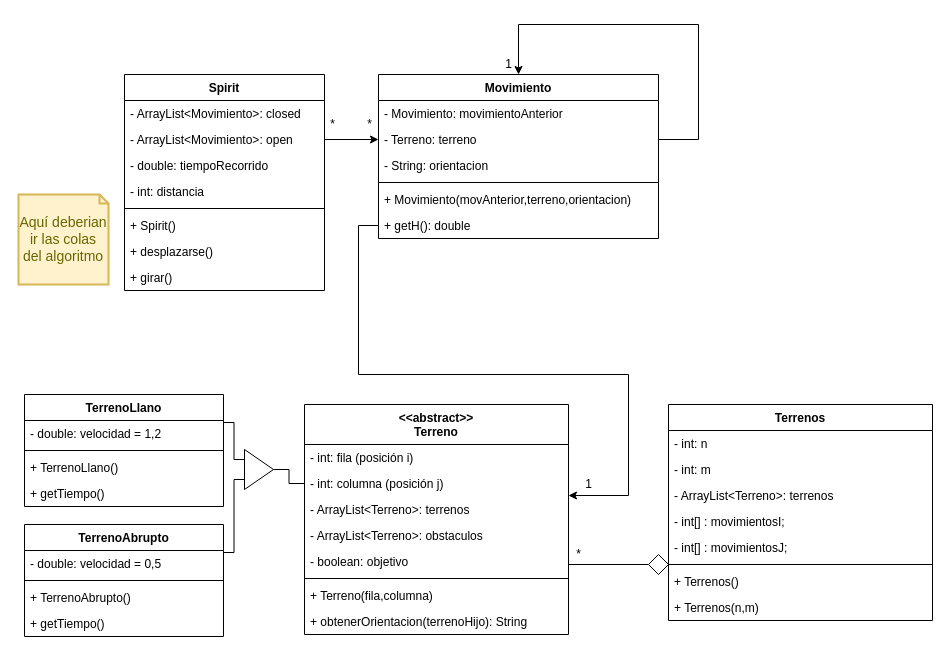
The draw.io diagram Modelamiento/modelo.drawio in fibbs-bs/Spirit-BestFirstSearch, before the edit. Source tidied: cells renumbered, new cells numbered last; positions are measured from the earlier drawing's top-left corner, leaving out a move shared by most shapes. Both pictures are drawn from the tidied source at 100%, with x=0, y=0 at pixel (18, 24).
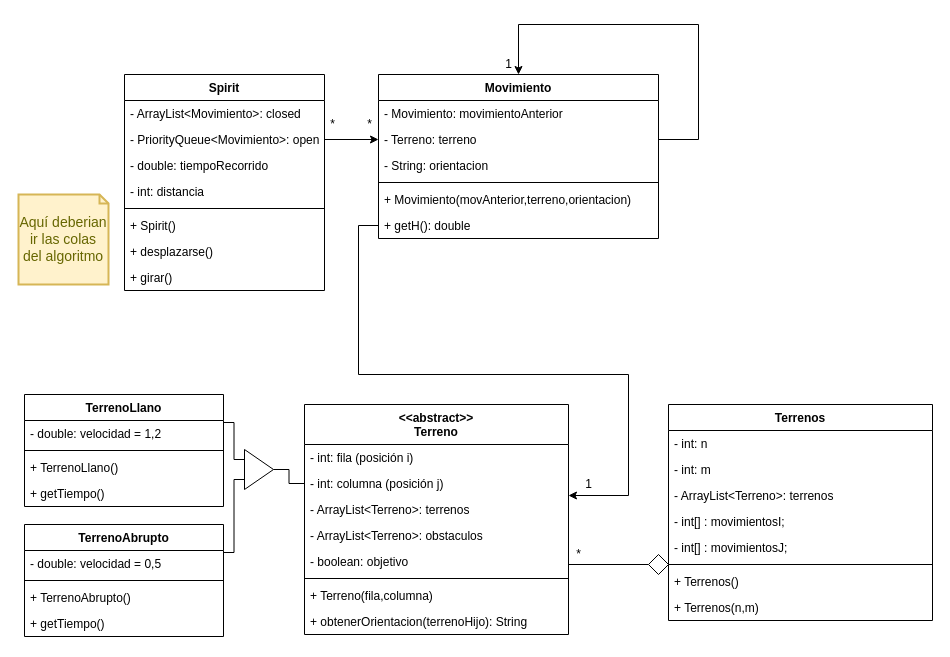
Above is the later version.

Unchanged cells that the change refers to:
```xml
<mxCell id="11" value="Spirit" style="swimlane;fontStyle=1;align=center;verticalAlign=top;horizontal=1;startSize=26;" parent="1" vertex="1">
  <mxGeometry x="106" y="50" width="200" height="216" as="geometry" />
</mxCell>
```

Change to the diagram source:
```diff
@@
-    <mxCell id="13" value="- ArrayList&lt;Movimiento&gt;: open" style="text;strokeColor=none;fillColor=none;align=left;verticalAlign=top;spacingLeft=4;spacingRight=4;overflow=hidden;points=[[0,0.5],[1,0.5]];portConstraint=eastwest;" parent="11" vertex="1">
+    <mxCell id="13" value="- PriorityQueue&lt;Movimiento&gt;: open" style="text;strokeColor=none;fillColor=none;align=left;verticalAlign=top;spacingLeft=4;spacingRight=4;overflow=hidden;points=[[0,0.5],[1,0.5]];portConstraint=eastwest;" parent="11" vertex="1">
       <mxGeometry y="52" width="200" height="26" as="geometry" />
     </mxCell>
```
